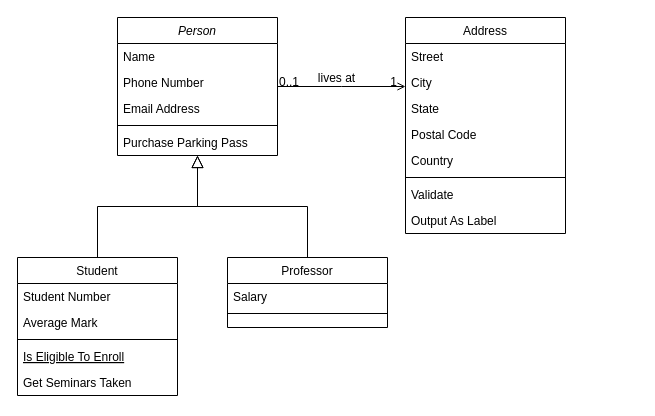
Before: Untitled Diagram.drawio in myDiarycp/backend, a draw.io diagram. Source tidied: cells renumbered, new cells numbered last; positions are measured from the earlier drawing's top-left corner, leaving out a move shared by most shapes. Both pictures are drawn from the tidied source at 100%, with x=0, y=0 at pixel (17, 17).
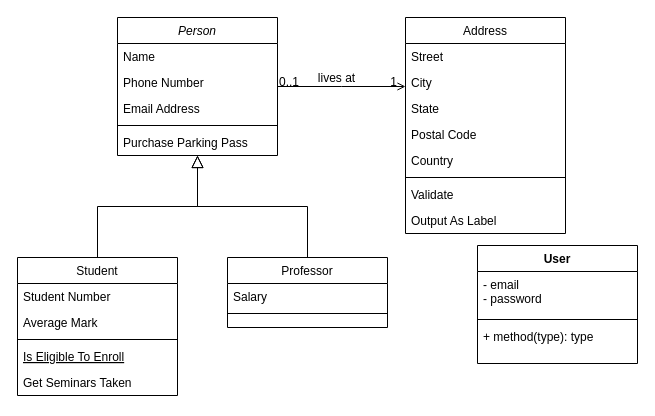
After the change.

What changed in the source:
```diff
@@
+    <mxCell id="32" value="User" style="swimlane;fontStyle=1;align=center;verticalAlign=top;horizontal=1;startSize=26;" parent="1" vertex="1">
+      <mxGeometry x="460" y="228" width="160" height="118" as="geometry" />
+    </mxCell>
+    <mxCell id="33" value="- email&#10;- password" style="text;strokeColor=none;fillColor=none;align=left;verticalAlign=top;spacingLeft=4;spacingRight=4;overflow=hidden;" parent="32" vertex="1">
+      <mxGeometry y="26" width="160" height="44" as="geometry" />
+    </mxCell>
+    <mxCell id="34" style="line;strokeWidth=1;fillColor=none;align=left;verticalAlign=middle;spacingTop=-1;spacingLeft=3;spacingRight=3;labelPosition=right;strokeColor=inherit;" parent="32" vertex="1">
+      <mxGeometry y="70" width="160" height="8" as="geometry" />
+    </mxCell>
+    <mxCell id="35" value="+ method(type): type" style="text;strokeColor=none;fillColor=none;align=left;verticalAlign=top;spacingLeft=4;spacingRight=4;overflow=hidden;" parent="32" vertex="1">
+      <mxGeometry y="78" width="160" height="40" as="geometry" />
+    </mxCell>
```
